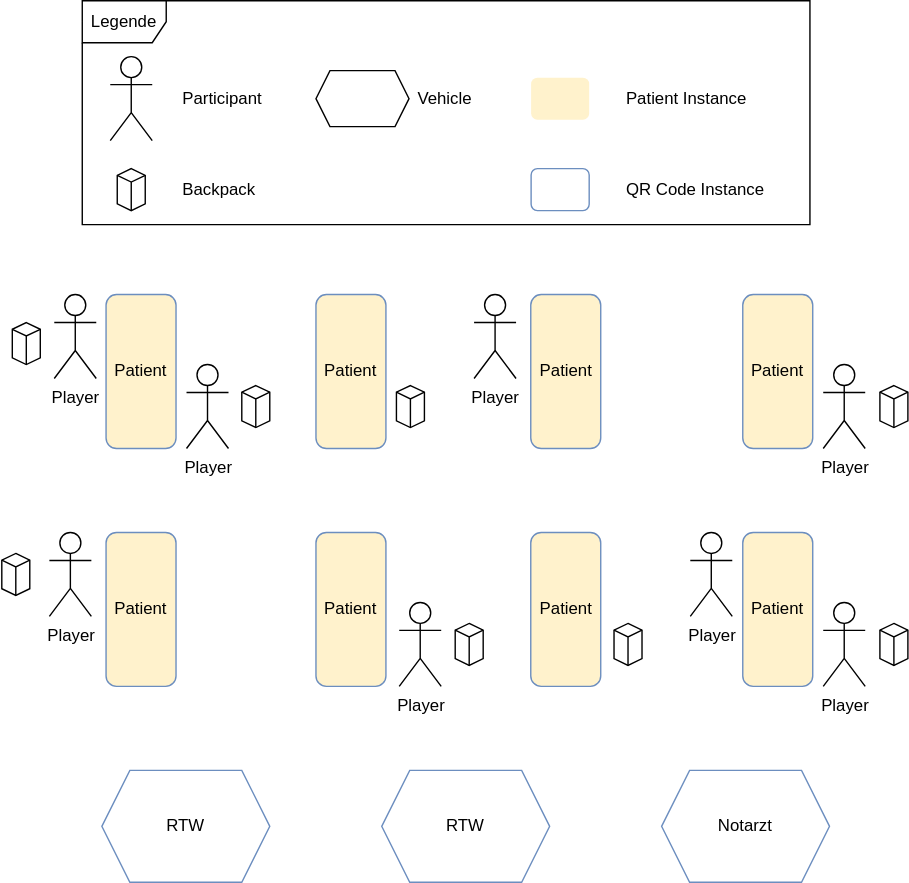
This is doc/server/Game State Visualization.svg from MANVSim/MANVSim, a draw.io export, as it was before one commit. Source tidied: cells renumbered, new cells last; positions are measured from the earlier drawing's top-left corner, leaving out a move shared by most shapes.
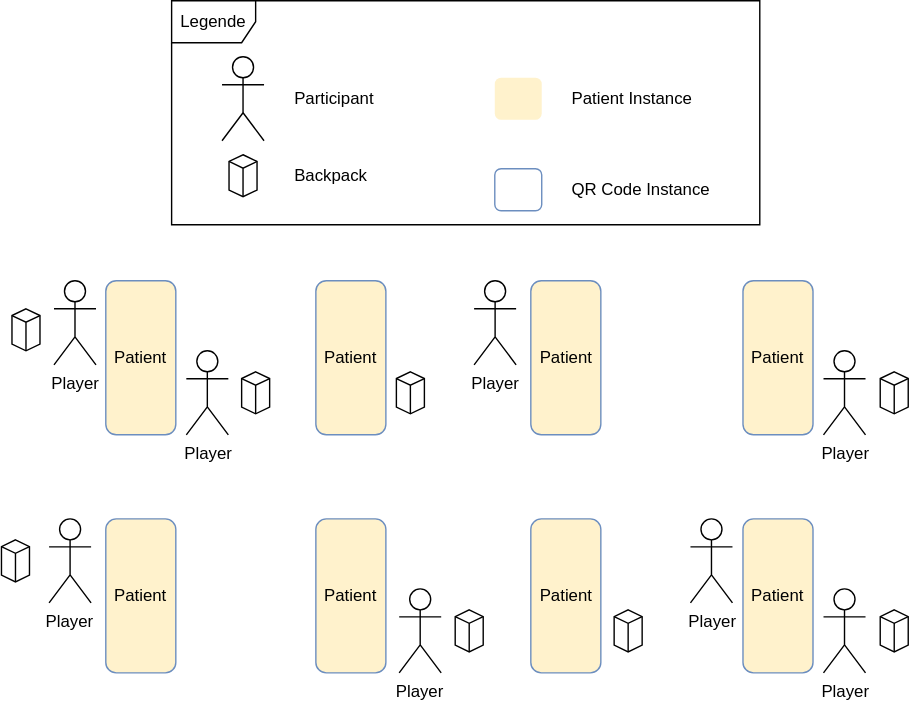
Later version of the same file.

The edit, as a diff of the source:
```diff
@@ -2,15 +2,6 @@
   <root>
     <mxCell id="0" />
     <mxCell id="1" parent="0" />
-    <mxCell id="2" value="RTW" style="shape=hexagon;perimeter=hexagonPerimeter2;whiteSpace=wrap;html=1;fixedSize=1;fillColor=none;strokeColor=#6c8ebf;" parent="1" vertex="1">
-      <mxGeometry x="72" y="550" width="120" height="80" as="geometry" />
-    </mxCell>
-    <mxCell id="3" value="RTW" style="shape=hexagon;perimeter=hexagonPerimeter2;whiteSpace=wrap;html=1;fixedSize=1;fillColor=none;strokeColor=#6c8ebf;" parent="1" vertex="1">
-      <mxGeometry x="272" y="550" width="120" height="80" as="geometry" />
-    </mxCell>
-    <mxCell id="4" value="Notarzt" style="shape=hexagon;perimeter=hexagonPerimeter2;whiteSpace=wrap;html=1;fixedSize=1;fillColor=none;strokeColor=#6c8ebf;" parent="1" vertex="1">
-      <mxGeometry x="472" y="550" width="120" height="80" as="geometry" />
-    </mxCell>
     <mxCell id="5" value="Player" style="shape=umlActor;verticalLabelPosition=bottom;verticalAlign=top;html=1;" parent="1" vertex="1">
       <mxGeometry x="34.5" y="380" width="30" height="60" as="geometry" />
     </mxCell>
@@ -84,40 +75,34 @@
       <mxGeometry x="628" y="445" width="20" height="30" as="geometry" />
     </mxCell>
     <mxCell id="29" style="group;" parent="1" vertex="1">
-      <mxGeometry x="58" width="520" height="160" as="geometry" />
+      <mxGeometry x="122" y="10" width="420" height="160" as="geometry" />
     </mxCell>
     <mxCell id="30" value="Legende" style="shape=umlFrame;whiteSpace=wrap;html=1;" parent="29" vertex="1">
-      <mxGeometry width="520" height="160" as="geometry" />
+      <mxGeometry width="420" height="160" as="geometry" />
     </mxCell>
     <mxCell id="31" value="Participant" style="text;html=1;align=left;verticalAlign=middle;strokeColor=none;fillColor=none;" parent="29" vertex="1">
-      <mxGeometry x="70" y="55" width="80" height="30" as="geometry" />
+      <mxGeometry x="86" y="55" width="80" height="30" as="geometry" />
     </mxCell>
-    <mxCell id="32" style="html=1;whiteSpace=wrap;shape=isoCube2;backgroundOutline=1;isoAngle=15;" parent="29" vertex="1">
-      <mxGeometry x="25" y="120" width="20" height="30" as="geometry" />
-    </mxCell>
-    <mxCell id="33" style="shape=umlActor;verticalLabelPosition=bottom;verticalAlign=top;html=1;" parent="29" vertex="1">
-      <mxGeometry x="20" y="40" width="30" height="60" as="geometry" />
-    </mxCell>
     <mxCell id="34" value="Backpack" style="text;html=1;align=left;verticalAlign=middle;strokeColor=none;fillColor=none;" parent="29" vertex="1">
-      <mxGeometry x="70" y="120" width="80" height="30" as="geometry" />
+      <mxGeometry x="86" y="110" width="80" height="30" as="geometry" />
     </mxCell>
     <mxCell id="35" value="Patient Instance" style="text;html=1;align=left;verticalAlign=middle;strokeColor=none;fillColor=none;" parent="29" vertex="1">
-      <mxGeometry x="386.5" y="55" width="110" height="30" as="geometry" />
+      <mxGeometry x="283.9" y="55" width="110" height="30" as="geometry" />
     </mxCell>
     <mxCell id="36" style="rounded=1;whiteSpace=wrap;html=1;rotation=0;fillColor=none;strokeColor=#6C8EBF;" parent="29" vertex="1">
-      <mxGeometry x="320.8" y="120" width="41.5" height="30" as="geometry" />
+      <mxGeometry x="230.8" y="120" width="33.5" height="30" as="geometry" />
     </mxCell>
     <mxCell id="37" value="QR Code Instance" style="text;html=1;align=left;verticalAlign=middle;strokeColor=none;fillColor=none;" parent="29" vertex="1">
-      <mxGeometry x="386.5" y="120" width="120" height="30" as="geometry" />
+      <mxGeometry x="283.9" y="120" width="120" height="30" as="geometry" />
     </mxCell>
-    <mxCell id="38" style="shape=hexagon;perimeter=hexagonPerimeter2;whiteSpace=wrap;html=1;fixedSize=1;size=10;" parent="29" vertex="1">
-      <mxGeometry x="167" y="50" width="66.5" height="40" as="geometry" />
-    </mxCell>
-    <mxCell id="39" value="Vehicle" style="text;html=1;align=left;verticalAlign=middle;strokeColor=none;fillColor=none;" parent="29" vertex="1">
-      <mxGeometry x="237.8" y="55" width="60" height="30" as="geometry" />
-    </mxCell>
     <mxCell id="40" style="rounded=1;whiteSpace=wrap;html=1;rotation=0;fillColor=#fff2cc;strokeColor=none;" parent="29" vertex="1">
-      <mxGeometry x="320.8" y="55" width="41.5" height="30" as="geometry" />
+      <mxGeometry x="230.8" y="55" width="33.5" height="30" as="geometry" />
     </mxCell>
+    <mxCell id="33" style="shape=umlActor;verticalLabelPosition=bottom;verticalAlign=top;html=1;" parent="29" vertex="1">
+      <mxGeometry x="36" y="40" width="30" height="60" as="geometry" />
+    </mxCell>
+    <mxCell id="32" style="html=1;whiteSpace=wrap;shape=isoCube2;backgroundOutline=1;isoAngle=15;" parent="29" vertex="1">
+      <mxGeometry x="41" y="110" width="20" height="30" as="geometry" />
+    </mxCell>
   </root>
 </mxGraphModel>
```
